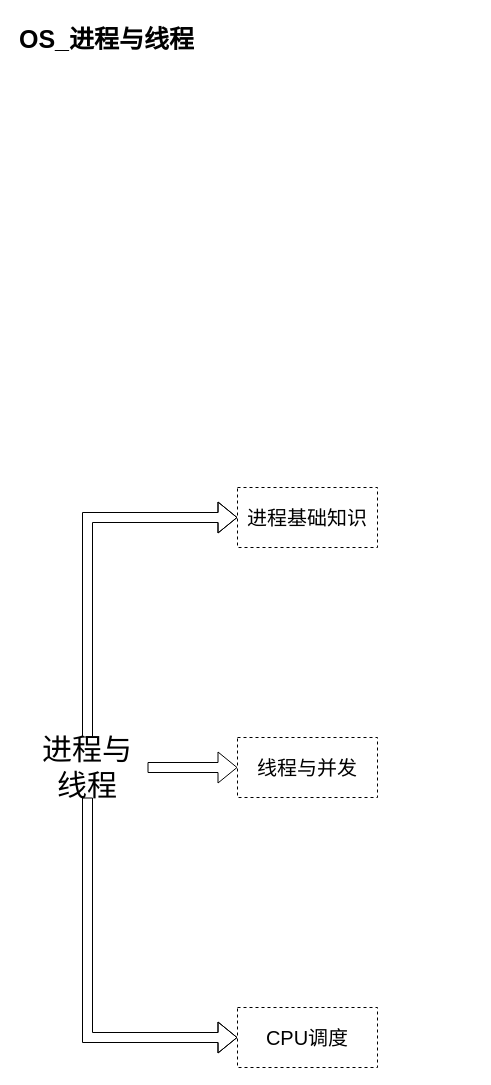
Above: OS_进程与线程.drawio in qiqiangpan/OS (draw.io), before the change. Source tidied: cells renumbered, new cells numbered last; positions are measured from the earlier drawing's top-left corner, leaving out a move shared by most shapes. Both pictures are drawn from the tidied source at 100%, with x=0, y=0 at pixel (17, 17).
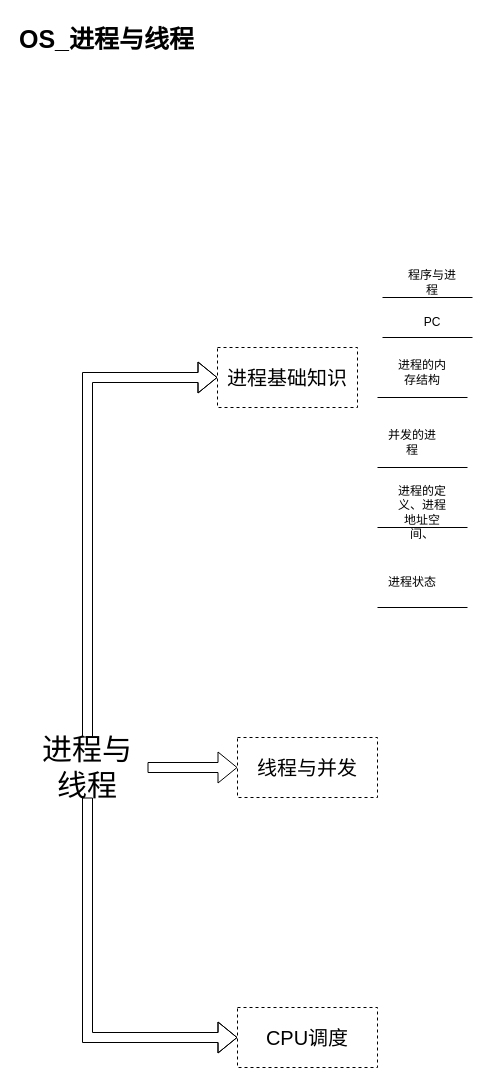
The same diagram, later.

Commit message (it also covers changes not shown here):
更新OS_进程与线程.drawio

The edit, as a diff of the source:
```diff
@@
     <mxCell id="7" value="进程基础知识" style="rounded=0;whiteSpace=wrap;html=1;fontSize=20;dashed=1;" parent="1" vertex="1">
-      <mxGeometry x="220" y="470" width="140" height="60" as="geometry" />
+      <mxGeometry x="200" y="330" width="140" height="60" as="geometry" />
     </mxCell>
@@
+    <mxCell id="10" value="程序与进程" style="text;html=1;align=center;verticalAlign=middle;whiteSpace=wrap;rounded=0;" parent="1" vertex="1">
+      <mxGeometry x="385" y="250" width="60" height="30" as="geometry" />
+    </mxCell>
+    <mxCell id="11" style="endArrow=none;html=1;rounded=0;" parent="1" edge="1">
+      <mxGeometry relative="1" as="geometry">
+        <mxPoint x="365" y="280" as="sourcePoint" />
+        <mxPoint x="455" y="280" as="targetPoint" />
+      </mxGeometry>
+    </mxCell>
+    <mxCell id="12" style="endArrow=none;html=1;rounded=0;" parent="1" edge="1">
+      <mxGeometry relative="1" as="geometry">
+        <mxPoint x="365" y="320" as="sourcePoint" />
+        <mxPoint x="455" y="320" as="targetPoint" />
+      </mxGeometry>
+    </mxCell>
+    <mxCell id="13" value="PC" style="text;html=1;align=center;verticalAlign=middle;whiteSpace=wrap;rounded=0;" parent="1" vertex="1">
+      <mxGeometry x="385" y="290" width="60" height="30" as="geometry" />
+    </mxCell>
+    <mxCell id="14" style="endArrow=none;html=1;rounded=0;" parent="1" edge="1">
+      <mxGeometry relative="1" as="geometry">
+        <mxPoint x="360" y="380" as="sourcePoint" />
+        <mxPoint x="450" y="380" as="targetPoint" />
+      </mxGeometry>
+    </mxCell>
+    <mxCell id="15" value="进程的内存结构" style="text;html=1;align=center;verticalAlign=middle;whiteSpace=wrap;rounded=0;" parent="1" vertex="1">
+      <mxGeometry x="375" y="340" width="60" height="30" as="geometry" />
+    </mxCell>
+    <mxCell id="16" style="endArrow=none;html=1;rounded=0;" parent="1" edge="1">
+      <mxGeometry relative="1" as="geometry">
+        <mxPoint x="360" y="450" as="sourcePoint" />
+        <mxPoint x="450" y="450" as="targetPoint" />
+      </mxGeometry>
+    </mxCell>
+    <mxCell id="17" value="并发的进程" style="text;html=1;align=center;verticalAlign=middle;whiteSpace=wrap;rounded=0;" parent="1" vertex="1">
+      <mxGeometry x="365" y="410" width="60" height="30" as="geometry" />
+    </mxCell>
+    <mxCell id="18" style="endArrow=none;html=1;rounded=0;" parent="1" edge="1">
+      <mxGeometry relative="1" as="geometry">
+        <mxPoint x="360" y="510" as="sourcePoint" />
+        <mxPoint x="450" y="510" as="targetPoint" />
+      </mxGeometry>
+    </mxCell>
+    <mxCell id="19" value="进程的定义、进程地址空间、" style="text;html=1;align=center;verticalAlign=middle;whiteSpace=wrap;rounded=0;" parent="1" vertex="1">
+      <mxGeometry x="375" y="480" width="60" height="30" as="geometry" />
+    </mxCell>
+    <mxCell id="20" style="endArrow=none;html=1;rounded=0;" parent="1" edge="1">
+      <mxGeometry relative="1" as="geometry">
+        <mxPoint x="360" y="590" as="sourcePoint" />
+        <mxPoint x="450" y="590" as="targetPoint" />
+      </mxGeometry>
+    </mxCell>
+    <mxCell id="21" value="进程状态" style="text;html=1;align=center;verticalAlign=middle;whiteSpace=wrap;rounded=0;" parent="1" vertex="1">
+      <mxGeometry x="365" y="550" width="60" height="30" as="geometry" />
+    </mxCell>
```
